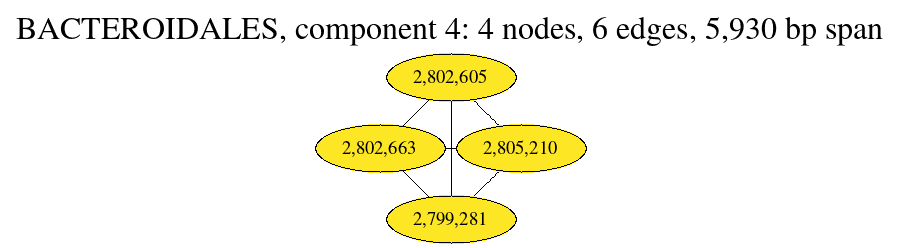
Above: notebooks/graphs/BACTEROIDALES_cc4.png in fedarko/sheepgut (Graphviz), before the change. Its source is kept beside it as notebooks/graphs/BACTEROIDALES_cc4.gv.
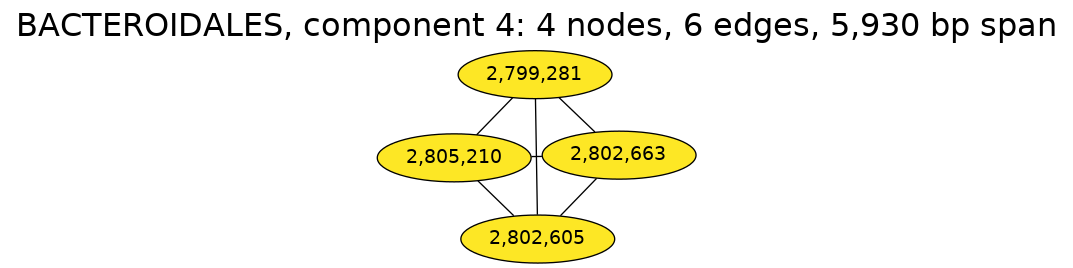
The same diagram one commit later.

Change to the diagram source:
```diff
@@ -1,13 +1,14 @@
 graph BACTEROIDALES_cc4 {
 	overlap="prism50";
 	outputorder="edgesfirst";
+	node [style="filled"];
 	label="BACTEROIDALES, component 4: 4 nodes, 6 edges, 5,930 bp span";
 	labelloc="t";
 	fontsize=24;
-	"2,799,281" [style="filled", fillcolor="#fde725", fontcolor="#000000"];
-	"2,805,210" [style="filled", fillcolor="#fde725", fontcolor="#000000"];
-	"2,802,605" [style="filled", fillcolor="#fde725", fontcolor="#000000"];
-	"2,802,663" [style="filled", fillcolor="#fde725", fontcolor="#000000"];
+	"2,799,281" [fillcolor="#fde725", fontcolor="#000000"];
+	"2,805,210" [fillcolor="#fde725", fontcolor="#000000"];
+	"2,802,605" [fillcolor="#fde725", fontcolor="#000000"];
+	"2,802,663" [fillcolor="#fde725", fontcolor="#000000"];
 	"2,799,281" -- "2,802,605";
 	"2,799,281" -- "2,802,663";
 	"2,799,281" -- "2,805,210";
```
